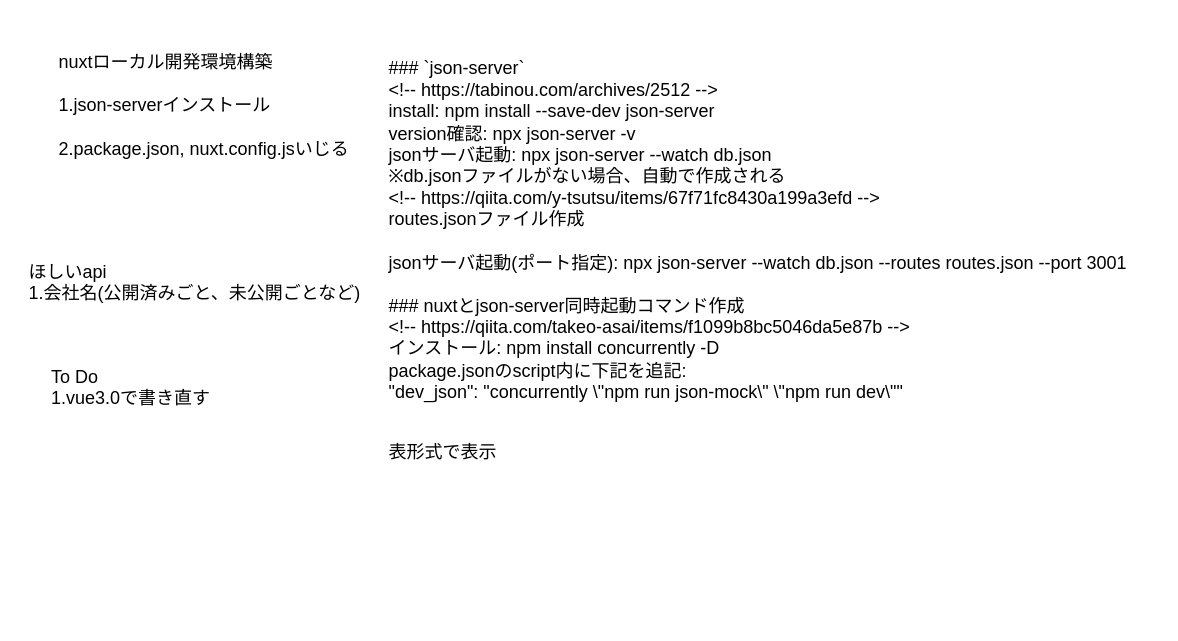
This is page "Page-1" (1 of 4) of nuxt/docs/doc.drawio from msd-hrk/ipocc, a draw.io file, before an edit. Source tidied: cells renumbered, new cells numbered last; positions are measured from the earlier drawing's top-left corner, leaving out a move shared by most shapes. Both pictures are drawn from the tidied source at 150%, with x=0, y=0 at pixel (26, 26).
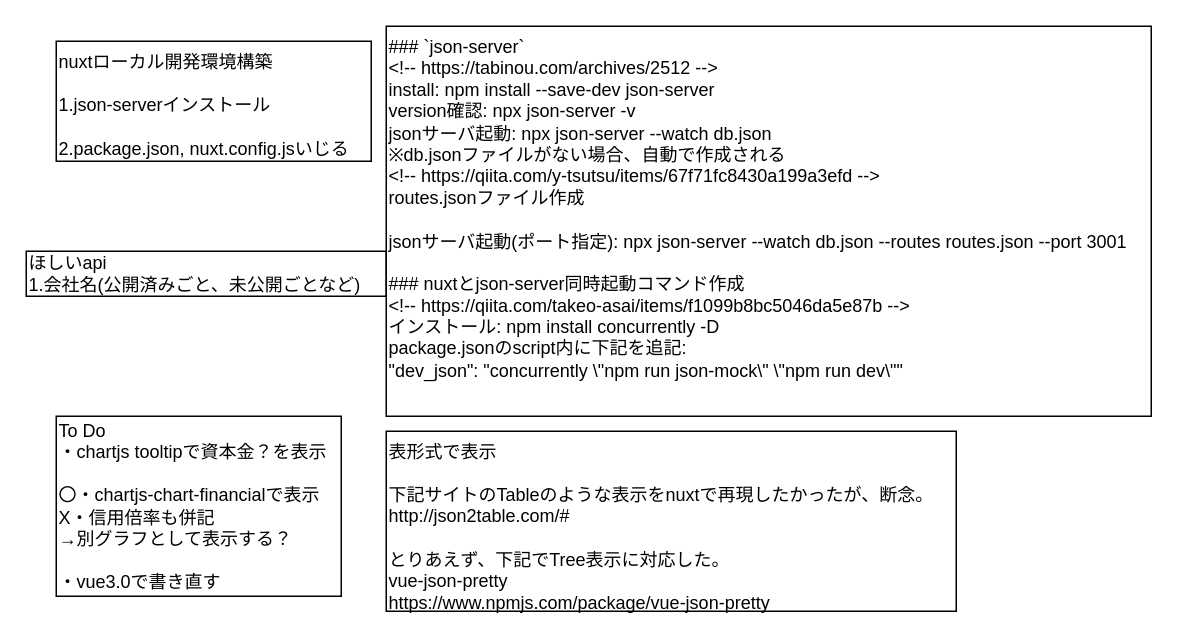
Above is the later version.

Diff of the diagram source:
```diff
@@
 <mxGraphModel>
   <root>
     <mxCell id="0" />
     <mxCell id="1" parent="0" />
-    <mxCell id="2" value="nuxtローカル開発環境構築&lt;br&gt;&lt;br&gt;1.json-serverインストール&lt;br&gt;&lt;br&gt;2.package.json, nuxt.config.jsいじる" style="text;html=1;align=left;verticalAlign=top;strokeColor=none;" parent="1" vertex="1">
+    <mxCell id="2" value="nuxtローカル開発環境構築&lt;br&gt;&lt;br&gt;1.json-serverインストール&lt;br&gt;&lt;br&gt;2.package.json, nuxt.config.jsいじる" style="text;html=1;align=left;verticalAlign=top;strokeColor=#000000;" parent="1" vertex="1">
       <mxGeometry x="20" y="10" width="210" height="80" as="geometry" />
     </mxCell>
-    <mxCell id="3" value="&lt;div&gt;&lt;br&gt;&lt;/div&gt;&lt;div&gt;### `json-server`&lt;/div&gt;&lt;div&gt;&amp;lt;!-- https://tabinou.com/archives/2512 --&amp;gt;&lt;/div&gt;&lt;div&gt;install: npm install --save-dev json-server&lt;/div&gt;&lt;div&gt;version確認: npx json-server -v&lt;/div&gt;&lt;div&gt;jsonサーバ起動: npx json-server --watch db.json&lt;/div&gt;&lt;div&gt;※db.jsonファイルがない場合、自動で作成される&lt;/div&gt;&lt;div&gt;&amp;lt;!-- https://qiita.com/y-tsutsu/items/67f71fc8430a199a3efd --&amp;gt;&lt;/div&gt;&lt;div&gt;routes.jsonファイル作成&lt;/div&gt;&lt;div&gt;&lt;br&gt;&lt;/div&gt;&lt;div&gt;jsonサーバ起動(ポート指定): npx json-server --watch db.json --routes routes.json --port 3001&lt;/div&gt;&lt;div&gt;&lt;br&gt;&lt;/div&gt;&lt;div&gt;### nuxtとjson-server同時起動コマンド作成&lt;/div&gt;&lt;div&gt;&amp;lt;!-- https://qiita.com/takeo-asai/items/f1099b8bc5046da5e87b --&amp;gt;&lt;/div&gt;&lt;div&gt;インストール: npm install concurrently -D&lt;/div&gt;&lt;div&gt;package.jsonのscript内に下記を追記:&lt;/div&gt;&lt;div&gt;&quot;dev_json&quot;: &quot;concurrently \&quot;npm run json-mock\&quot; \&quot;npm run dev\&quot;&quot;&lt;/div&gt;" style="text;html=1;align=left;verticalAlign=top;strokeColor=none;" parent="1" vertex="1">
-      <mxGeometry x="240" width="510" height="240" as="geometry" />
+    <mxCell id="3" value="&lt;div&gt;&lt;span&gt;### `json-server`&lt;/span&gt;&lt;br&gt;&lt;/div&gt;&lt;div&gt;&amp;lt;!-- https://tabinou.com/archives/2512 --&amp;gt;&lt;/div&gt;&lt;div&gt;install: npm install --save-dev json-server&lt;/div&gt;&lt;div&gt;version確認: npx json-server -v&lt;/div&gt;&lt;div&gt;jsonサーバ起動: npx json-server --watch db.json&lt;/div&gt;&lt;div&gt;※db.jsonファイルがない場合、自動で作成される&lt;/div&gt;&lt;div&gt;&amp;lt;!-- https://qiita.com/y-tsutsu/items/67f71fc8430a199a3efd --&amp;gt;&lt;/div&gt;&lt;div&gt;routes.jsonファイル作成&lt;/div&gt;&lt;div&gt;&lt;br&gt;&lt;/div&gt;&lt;div&gt;jsonサーバ起動(ポート指定): npx json-server --watch db.json --routes routes.json --port 3001&lt;/div&gt;&lt;div&gt;&lt;br&gt;&lt;/div&gt;&lt;div&gt;### nuxtとjson-server同時起動コマンド作成&lt;/div&gt;&lt;div&gt;&amp;lt;!-- https://qiita.com/takeo-asai/items/f1099b8bc5046da5e87b --&amp;gt;&lt;/div&gt;&lt;div&gt;インストール: npm install concurrently -D&lt;/div&gt;&lt;div&gt;package.jsonのscript内に下記を追記:&lt;/div&gt;&lt;div&gt;&quot;dev_json&quot;: &quot;concurrently \&quot;npm run json-mock\&quot; \&quot;npm run dev\&quot;&quot;&lt;/div&gt;&lt;div&gt;&lt;br&gt;&lt;/div&gt;&lt;div&gt;&lt;br&gt;&lt;/div&gt;" style="text;html=1;align=left;verticalAlign=top;strokeColor=#000000;" parent="1" vertex="1">
+      <mxGeometry x="240" width="510" height="260" as="geometry" />
     </mxCell>
-    <mxCell id="4" value="ほしいapi&lt;br&gt;1.会社名(公開済みごと、未公開ごとなど)" style="text;html=1;align=left;verticalAlign=top;strokeColor=none;" parent="1" vertex="1">
+    <mxCell id="4" value="ほしいapi&lt;br&gt;1.会社名(公開済みごと、未公開ごとなど)" style="text;html=1;align=left;verticalAlign=middle;strokeColor=#000000;" parent="1" vertex="1">
       <mxGeometry y="150" width="240" height="30" as="geometry" />
     </mxCell>
-    <mxCell id="5" value="To Do&lt;br&gt;1.vue3.0で書き直す" style="text;html=1;align=left;verticalAlign=top;strokeColor=none;" parent="1" vertex="1">
-      <mxGeometry x="15" y="220" width="120" height="30" as="geometry" />
+    <mxCell id="5" value="To Do&lt;br&gt;・chartjs tooltipで資本金？を表示&lt;br&gt;&lt;br&gt;〇・chartjs-chart-financialで表示&lt;br&gt;X・信用倍率も併記&lt;br&gt;→別グラフとして表示する？&lt;br&gt;&lt;br&gt;・vue3.0で書き直す" style="text;html=1;align=left;verticalAlign=middle;strokeColor=#000000;" parent="1" vertex="1">
+      <mxGeometry x="20" y="260" width="190" height="120" as="geometry" />
     </mxCell>
-    <mxCell id="6" value="表形式で表示&lt;br&gt;" style="text;html=1;align=left;verticalAlign=top;strokeColor=none;" parent="1" vertex="1">
-      <mxGeometry x="240" y="270" width="90" height="20" as="geometry" />
+    <mxCell id="6" value="表形式で表示&lt;br&gt;&lt;br&gt;下記サイトのTableのような表示をnuxtで再現したかったが、断念。&lt;br&gt;http://json2table.com/#&lt;br&gt;&lt;br&gt;とりあえず、下記でTree表示に対応した。&lt;br&gt;vue-json-pretty&lt;br&gt;https://www.npmjs.com/package/vue-json-pretty" style="text;html=1;align=left;verticalAlign=top;strokeColor=#000000;" parent="1" vertex="1">
+      <mxGeometry x="240" y="270" width="380" height="120" as="geometry" />
     </mxCell>
   </root>
 </mxGraphModel>
```
